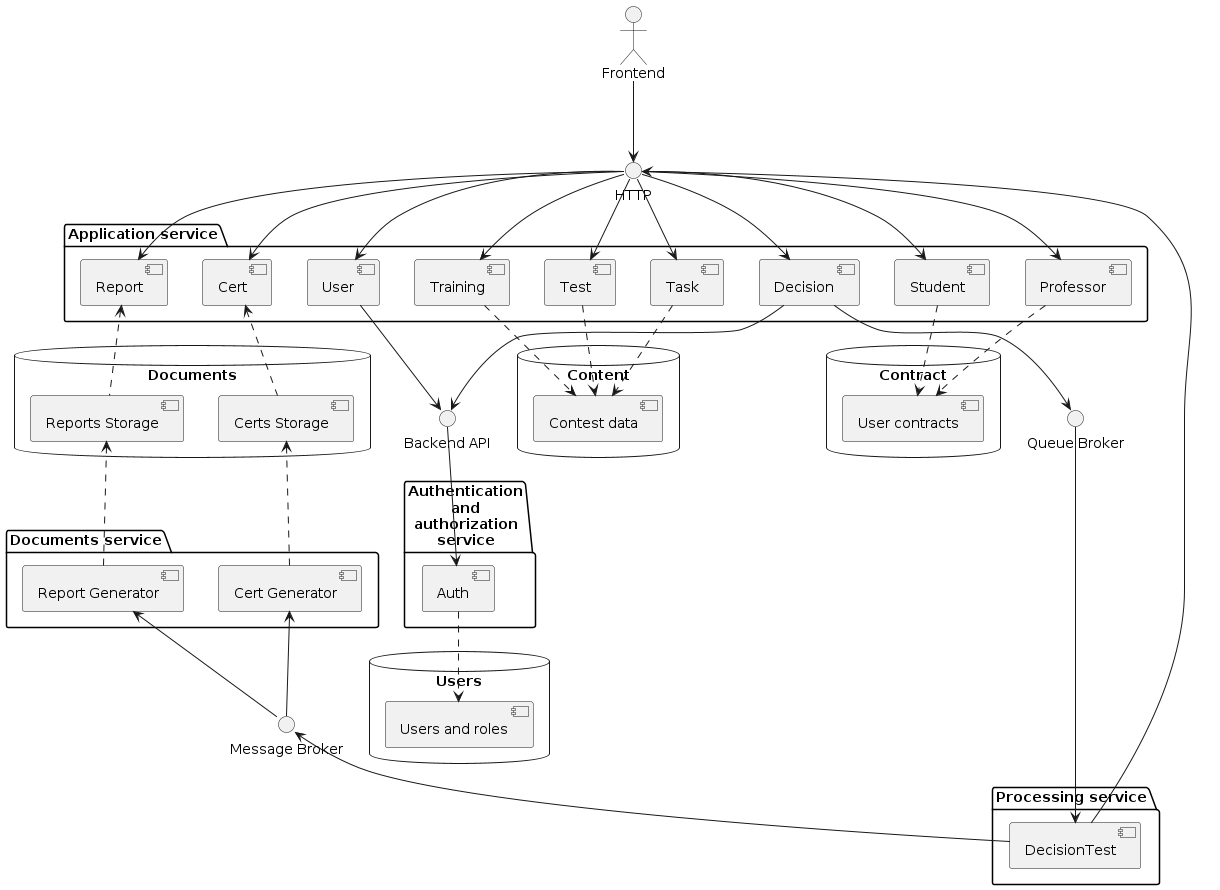
The PlantUML diagram docs/dicisions/ADR-0003/wsd/Components.png in inutcin/codecontest, before a commit.
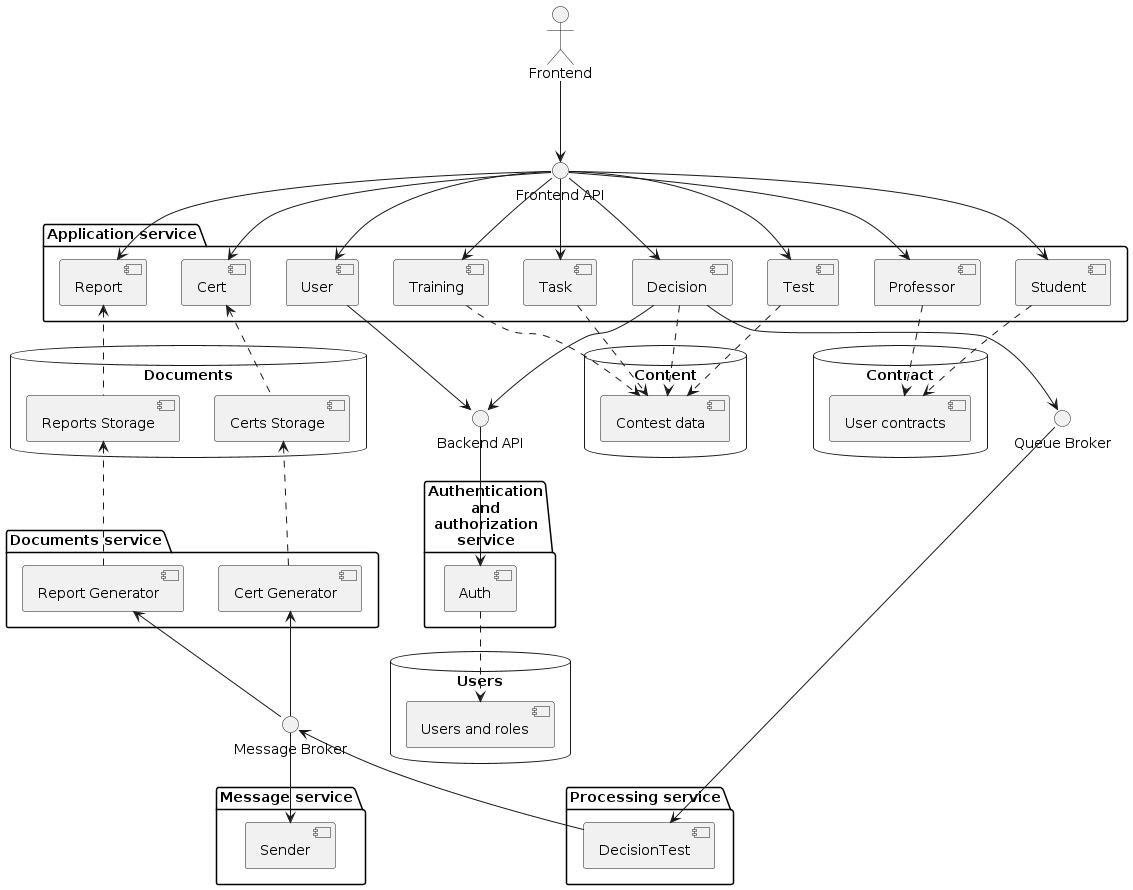
The same diagram one commit later.

Commit message:
РИсуем диаграммы последовательностей

The edit, as a diff of the source:
```diff
@@ -1,6 +1,6 @@
 @startuml "Components"
 
-interface "HTTP" as Entrance
+interface "Frontend API" as Entrance
 interface "Backend API" as AuthBack
 interface "Queue Broker" as Queue
 interface "Message Broker" as Message
@@ -29,12 +29,15 @@
 package "Processing service" {
     [Decision] --> Queue
     Queue --> [DecisionTest]
-    [DecisionTest] -u-> Entrance
 }
 
 package "Documents service" {
     Message -u-> [Report Generator]
     Message -u-> [Cert Generator]
+}
+
+package "Message service" {
+    Message --> [Sender]
 }
 
 database "Documents" {
@@ -65,6 +68,8 @@
 [Task] ..> [Contest data]
 [Training] ..> [Contest data]
 [Test] ..> [Contest data]
+
+[Decision] ..> [Contest data]
 [Student] ..> [User contracts]
 [Professor] ..> [User contracts]
 
```
